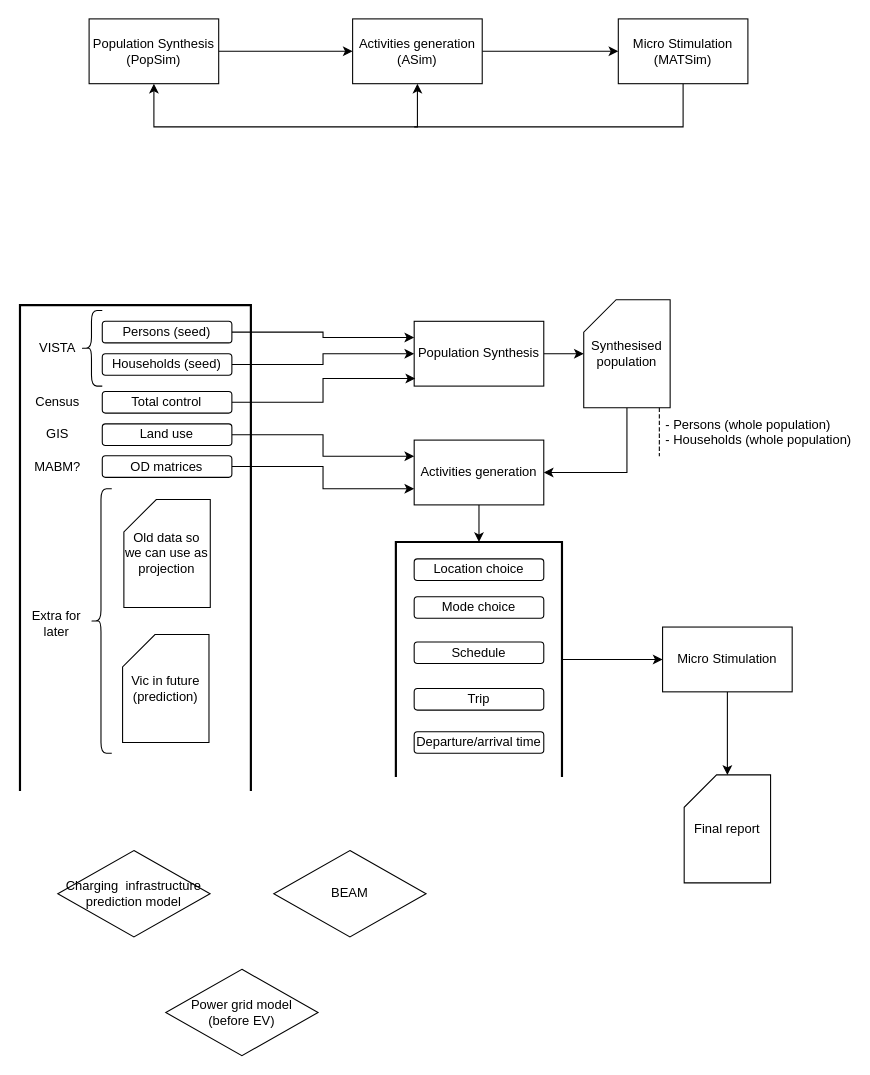
Before: simple_BN_learn/WholeSysTest.drawio in bobkatla/PopSyn_Monash, a draw.io diagram. Source tidied: cells renumbered, new cells numbered last; positions are measured from the earlier drawing's top-left corner, leaving out a move shared by most shapes. Both pictures are drawn from the tidied source at 108%, with x=0, y=0 at pixel (-108, 18).
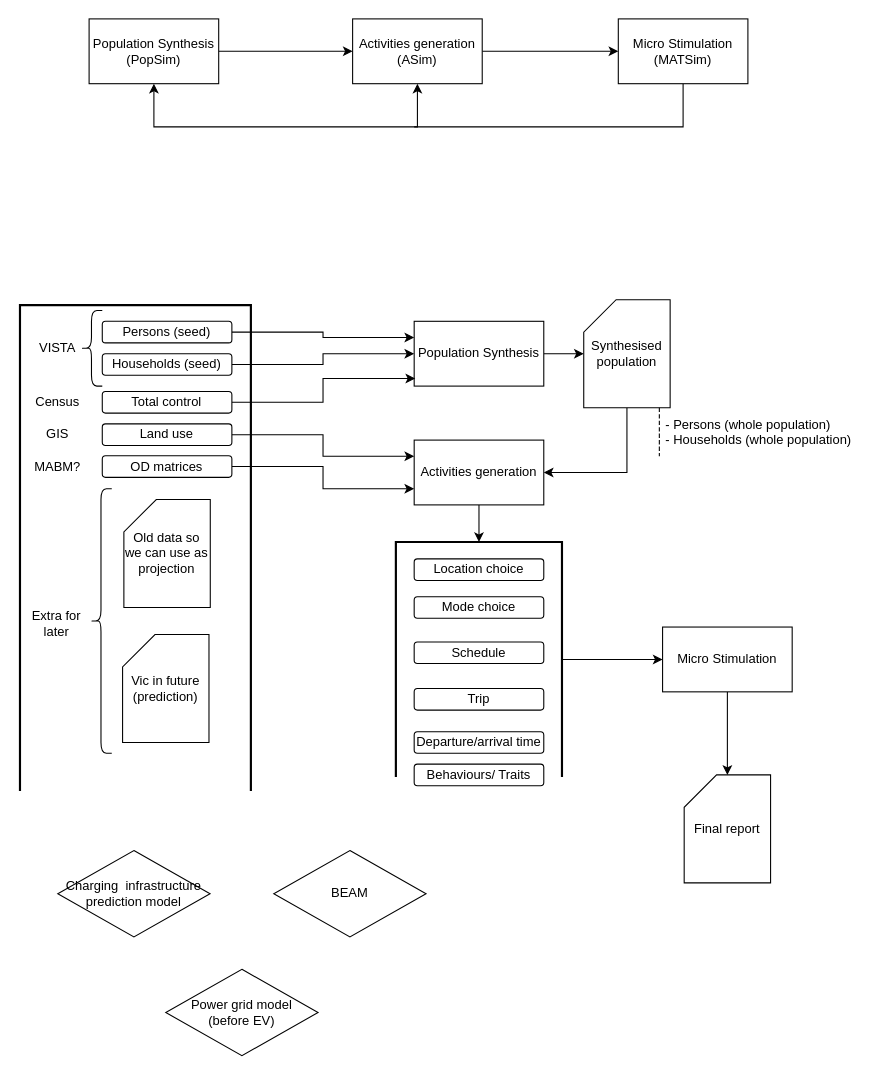
Above is the later version.

The edit, as a diff of the source:
```diff
@@
+    <mxCell id="50" value="Behaviours/ Traits" style="rounded=1;whiteSpace=wrap;html=1;" parent="1" vertex="1">
+      <mxGeometry x="483" y="690" width="120" height="20" as="geometry" />
+    </mxCell>
```
